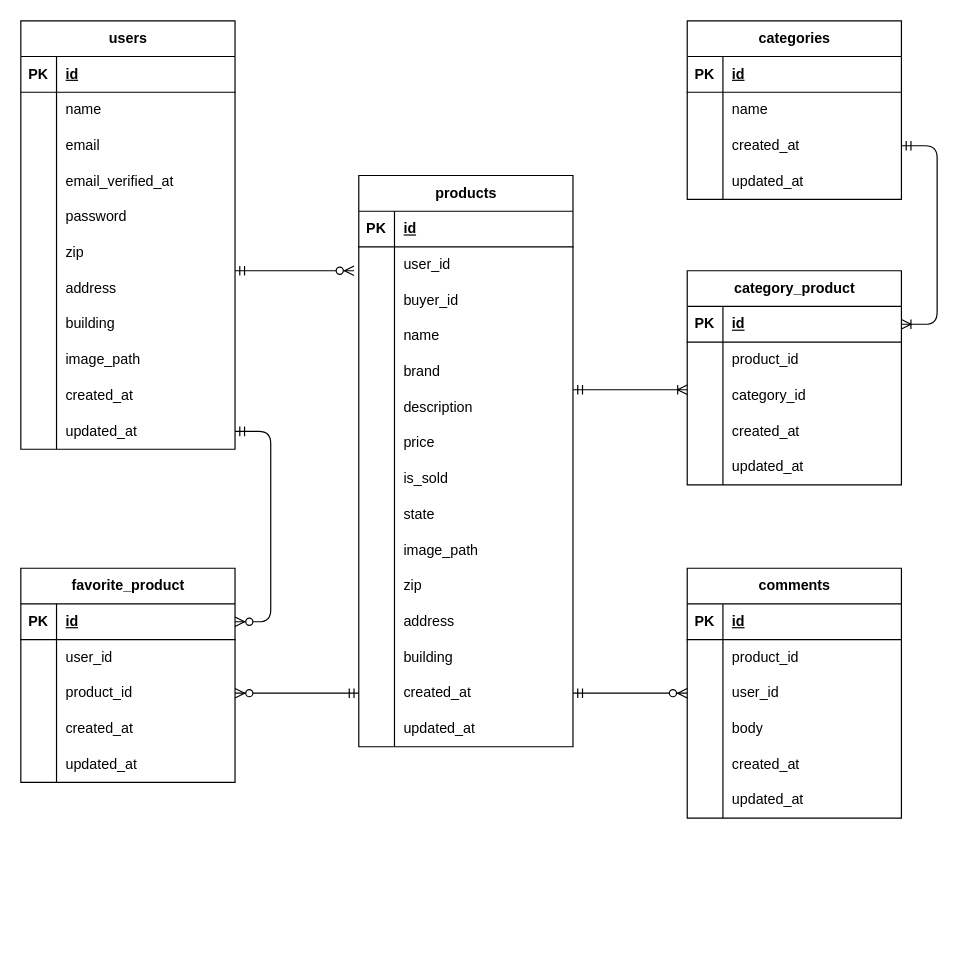
Earlier version of the draw.io diagram src/ER.Drawio (tomo1583gh/coachtech-flea-market). Source tidied: cells renumbered, new cells numbered last; positions are measured from the earlier drawing's top-left corner, leaving out a move shared by most shapes. Both pictures are drawn from the tidied source at 119%, with x=0, y=0 at pixel (20, 20).
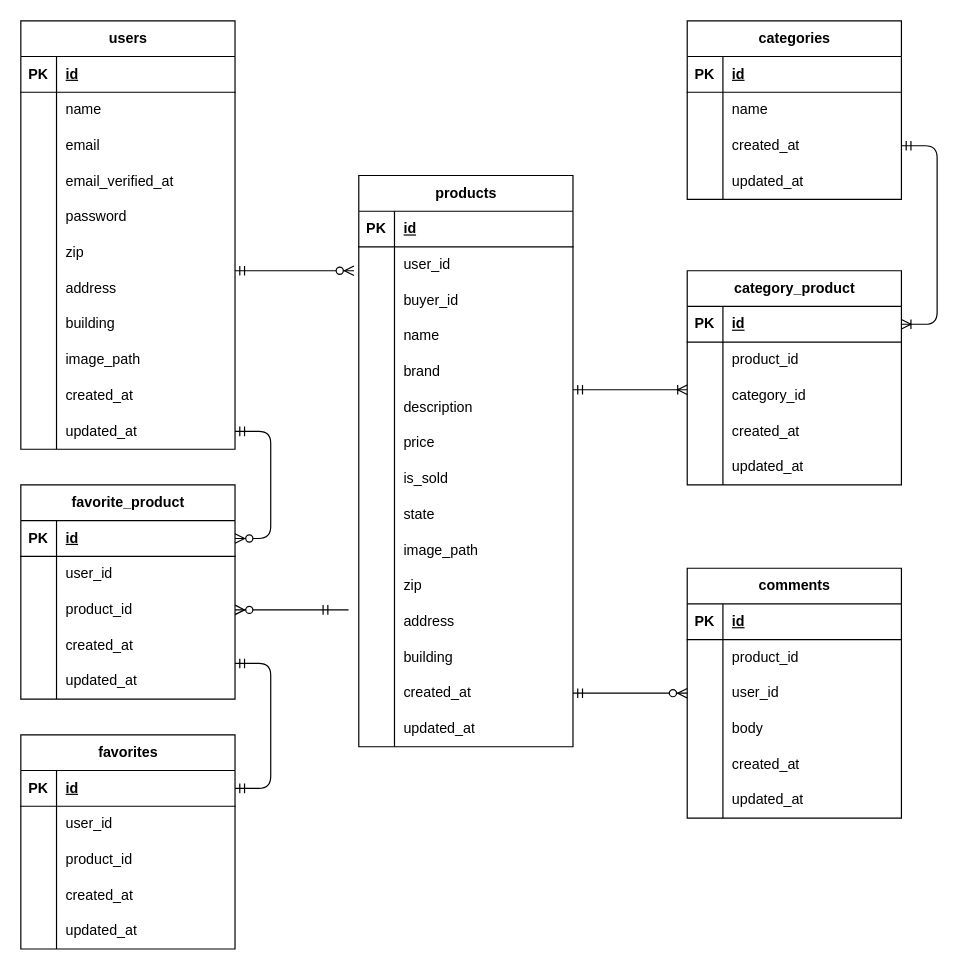
Above is the later version.

Unchanged cells that the change refers to:
```xml
<mxCell id="42" style="shape=tableRow;horizontal=0;startSize=0;swimlaneHead=0;swimlaneBody=0;fillColor=none;points=[[0,0.5],[1,0.5]];portConstraint=eastwest;top=0;left=0;right=0;bottom=0;" parent="2" vertex="1">
  <mxGeometry y="420" width="180" height="30" as="geometry" />
</mxCell>
<mxCell id="137" style="shape=tableRow;horizontal=0;startSize=0;swimlaneHead=0;swimlaneBody=0;fillColor=none;points=[[0,0.5],[1,0.5]];portConstraint=eastwest;top=0;left=0;right=0;bottom=0;" parent="130" vertex="1">
  <mxGeometry y="90" width="180" height="30" as="geometry" />
</mxCell>
```

Diff of the diagram source:
```diff
@@
     <mxCell id="130" value="favorite_product" style="shape=table;startSize=30;childLayout=tableLayout;rowLines=0;fontStyle=1;align=center;html=1;" parent="1" vertex="1">
-      <mxGeometry y="460" width="180" height="180" as="geometry" />
+      <mxGeometry y="390" width="180" height="180" as="geometry" />
     </mxCell>
@@
-    <mxCell id="151" style="edgeStyle=entityRelationEdgeStyle;fontSize=12;html=1;endArrow=ERzeroToMany;startArrow=ERmandOne;entryX=1;entryY=0.5;entryDx=0;entryDy=0;exitX=0;exitY=0.5;exitDx=0;exitDy=0;" parent="1" edge="1" source="42" target="137">
-      <mxGeometry relative="1" as="geometry" />
+    <mxCell id="151" style="edgeStyle=entityRelationEdgeStyle;fontSize=12;html=1;endArrow=ERzeroToMany;startArrow=ERmandOne;entryX=1;entryY=0.5;entryDx=0;entryDy=0;" parent="1" edge="1" target="137">
+      <mxGeometry relative="1" as="geometry">
+        <mxPoint x="250" y="495" as="sourcePoint" />
+        <Array as="points">
+          <mxPoint x="280" y="495" />
+        </Array>
+      </mxGeometry>
     </mxCell>
+    <mxCell id="152" value="favorites" style="shape=table;startSize=30;childLayout=tableLayout;rowLines=0;fontStyle=1;align=center;html=1;" parent="1" vertex="1">
+      <mxGeometry y="600" width="180" height="180" as="geometry" />
+    </mxCell>
+    <mxCell id="153" style="shape=tableRow;horizontal=0;startSize=0;swimlaneHead=0;swimlaneBody=0;fillColor=none;points=[[0,0.5],[1,0.5]];portConstraint=eastwest;top=0;left=0;right=0;bottom=1;" parent="152" vertex="1">
+      <mxGeometry y="30" width="180" height="30" as="geometry" />
+    </mxCell>
+    <mxCell id="154" value="PK" style="shape=partialRectangle;fillColor=none;top=0;left=0;bottom=0;right=0;fontStyle=1;overflow=hidden;whiteSpace=wrap;html=1;" parent="153" vertex="1">
+      <mxGeometry width="30" height="30" as="geometry" />
+    </mxCell>
+    <mxCell id="155" value="id" style="shape=partialRectangle;fillColor=none;top=0;left=0;bottom=0;right=0;align=left;spacingLeft=6;fontStyle=5;overflow=hidden;whiteSpace=wrap;html=1;" parent="153" vertex="1">
+      <mxGeometry x="30" width="150" height="30" as="geometry" />
+    </mxCell>
+    <mxCell id="156" style="shape=tableRow;horizontal=0;startSize=0;swimlaneHead=0;swimlaneBody=0;fillColor=none;top=0;left=0;right=0;bottom=0;" parent="152" vertex="1">
+      <mxGeometry y="60" width="180" height="30" as="geometry" />
+    </mxCell>
+    <mxCell id="157" style="shape=partialRectangle;fillColor=none;top=0;left=0;bottom=0;right=0;overflow=hidden;whiteSpace=wrap;html=1;" parent="156" vertex="1">
+      <mxGeometry width="30" height="30" as="geometry" />
+    </mxCell>
+    <mxCell id="158" value="user_id" style="shape=partialRectangle;fillColor=none;top=0;left=0;bottom=0;right=0;align=left;spacingLeft=6;overflow=hidden;whiteSpace=wrap;html=1;" parent="156" vertex="1">
+      <mxGeometry x="30" width="150" height="30" as="geometry" />
+    </mxCell>
+    <mxCell id="159" style="shape=tableRow;horizontal=0;startSize=0;swimlaneHead=0;swimlaneBody=0;fillColor=none;top=0;left=0;right=0;bottom=0;" parent="152" vertex="1">
+      <mxGeometry y="90" width="180" height="30" as="geometry" />
+    </mxCell>
+    <mxCell id="160" style="shape=partialRectangle;fillColor=none;top=0;left=0;bottom=0;right=0;overflow=hidden;whiteSpace=wrap;html=1;" parent="159" vertex="1">
+      <mxGeometry width="30" height="30" as="geometry" />
+    </mxCell>
+    <mxCell id="161" value="product_id" style="shape=partialRectangle;fillColor=none;top=0;left=0;bottom=0;right=0;align=left;spacingLeft=6;overflow=hidden;whiteSpace=wrap;html=1;" parent="159" vertex="1">
+      <mxGeometry x="30" width="150" height="30" as="geometry" />
+    </mxCell>
+    <mxCell id="162" style="shape=tableRow;horizontal=0;startSize=0;swimlaneHead=0;swimlaneBody=0;fillColor=none;top=0;left=0;right=0;bottom=0;" parent="152" vertex="1">
+      <mxGeometry y="120" width="180" height="30" as="geometry" />
+    </mxCell>
+    <mxCell id="163" style="shape=partialRectangle;fillColor=none;top=0;left=0;bottom=0;right=0;overflow=hidden;whiteSpace=wrap;html=1;" parent="162" vertex="1">
+      <mxGeometry width="30" height="30" as="geometry" />
+    </mxCell>
+    <mxCell id="164" value="created_at" style="shape=partialRectangle;fillColor=none;top=0;left=0;bottom=0;right=0;align=left;spacingLeft=6;overflow=hidden;whiteSpace=wrap;html=1;" parent="162" vertex="1">
+      <mxGeometry x="30" width="150" height="30" as="geometry" />
+    </mxCell>
+    <mxCell id="165" style="shape=tableRow;horizontal=0;startSize=0;swimlaneHead=0;swimlaneBody=0;fillColor=none;top=0;left=0;right=0;bottom=0;" parent="152" vertex="1">
+      <mxGeometry y="150" width="180" height="30" as="geometry" />
+    </mxCell>
+    <mxCell id="166" style="shape=partialRectangle;fillColor=none;top=0;left=0;bottom=0;right=0;overflow=hidden;whiteSpace=wrap;html=1;" parent="165" vertex="1">
+      <mxGeometry width="30" height="30" as="geometry" />
+    </mxCell>
+    <mxCell id="167" value="updated_at" style="shape=partialRectangle;fillColor=none;top=0;left=0;bottom=0;right=0;align=left;spacingLeft=6;overflow=hidden;whiteSpace=wrap;html=1;" parent="165" vertex="1">
+      <mxGeometry x="30" width="150" height="30" as="geometry" />
+    </mxCell>
+    <mxCell id="168" style="edgeStyle=entityRelationEdgeStyle;fontSize=12;html=1;endArrow=ERmandOne;startArrow=ERmandOne;entryX=1;entryY=0.5;entryDx=0;entryDy=0;" parent="1" edge="1" target="153">
+      <mxGeometry relative="1" as="geometry">
+        <mxPoint x="180" y="540" as="sourcePoint" />
+        <Array as="points">
+          <mxPoint x="274" y="672" />
+        </Array>
+      </mxGeometry>
+    </mxCell>
```
